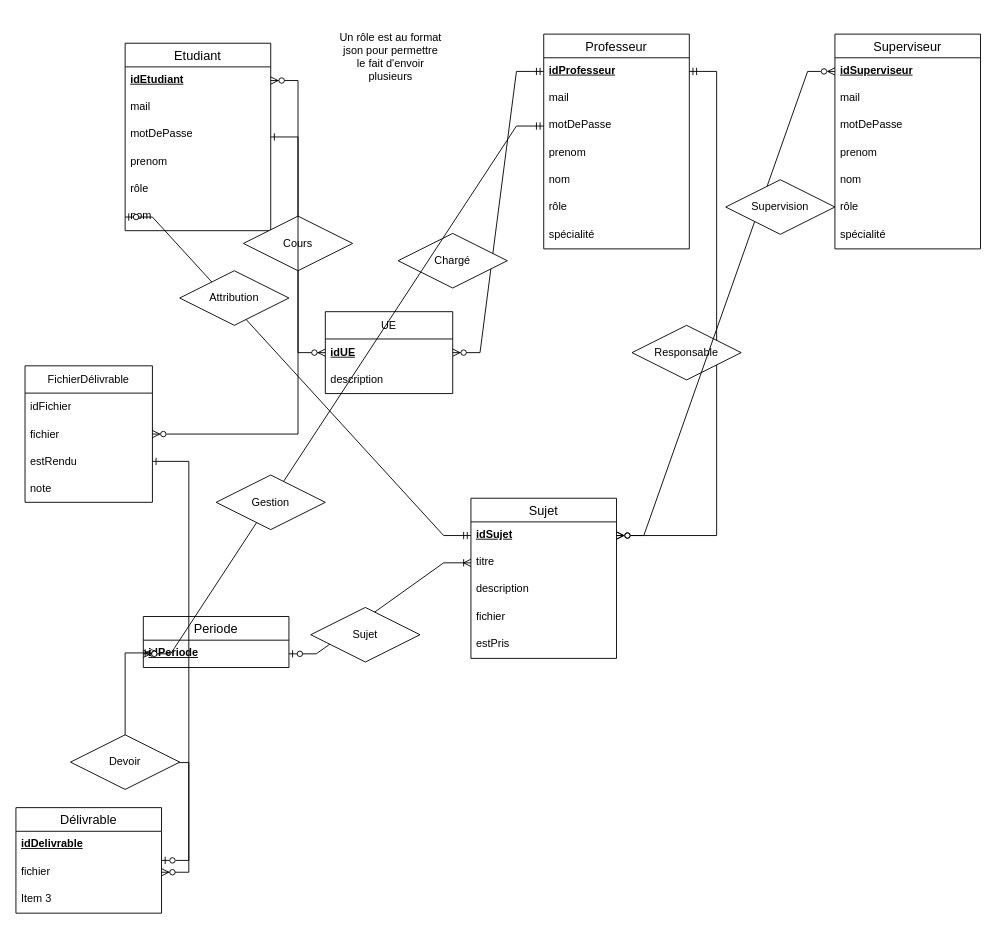
Eragon6080/ProjetLogiciel2024 keeps this draw.io diagram as page "Schéma entité-relation" (2 of 2) of Docs/diagrammes/entiteRelationBD.drawio. Above is the earlier version. Source tidied: cells renumbered, new cells numbered last; positions are measured from the earlier drawing's top-left corner, leaving out a move shared by most shapes. Both pictures are drawn from the tidied source at 91%, with x=0, y=0 at pixel (15, 15).
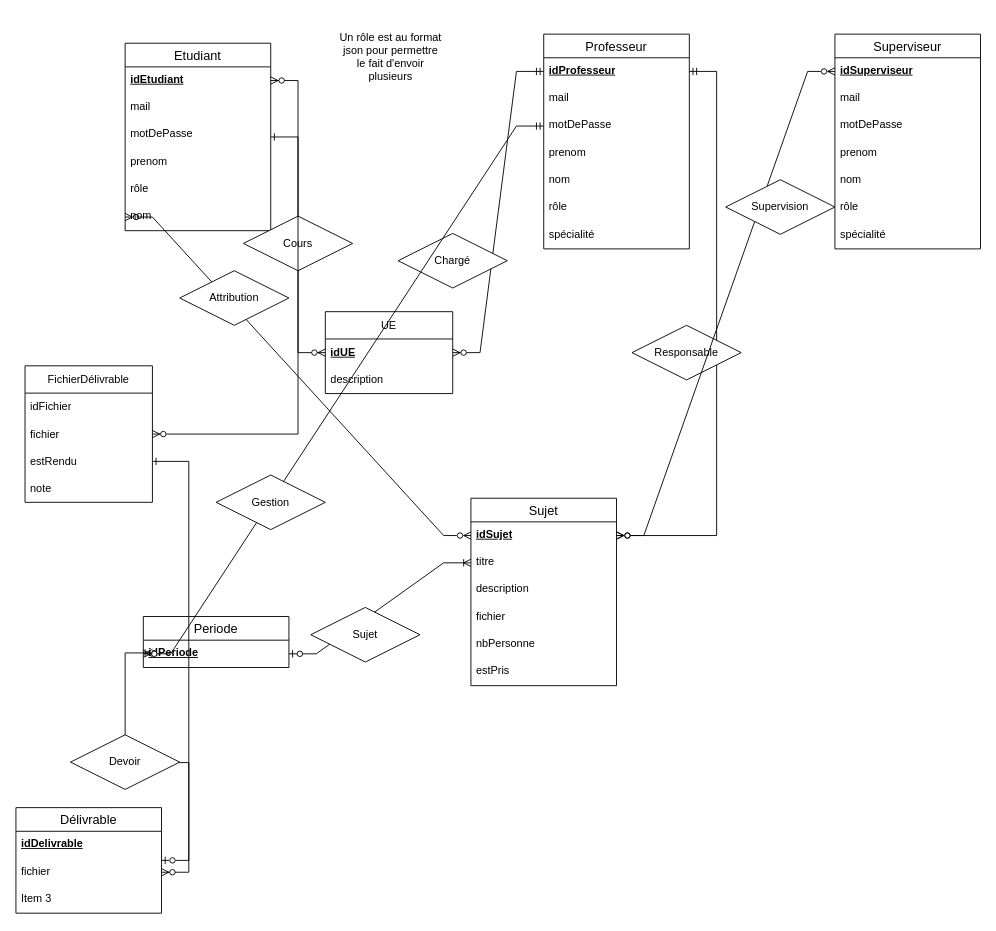
The same page after the edit.

Unchanged cells that the change refers to:
```xml
<mxCell id="8" value="nom" style="text;strokeColor=none;fillColor=none;spacingLeft=4;spacingRight=4;overflow=hidden;points=[[0,0.5],[1,0.5]];portConstraint=eastwest;fontSize=12;whiteSpace=wrap;html=1;" parent="2" vertex="1">
  <mxGeometry y="176" width="160" height="30" as="geometry" />
</mxCell>
<mxCell id="25" value="idSujet" style="text;strokeColor=none;fillColor=none;spacingLeft=4;spacingRight=4;overflow=hidden;points=[[0,0.5],[1,0.5]];portConstraint=eastwest;fontSize=12;whiteSpace=wrap;html=1;fontStyle=5;" parent="24" vertex="1">
  <mxGeometry y="26" width="160" height="30" as="geometry" />
</mxCell>
```

What changed in the source:
```diff
@@
     <mxCell id="24" value="Sujet" style="swimlane;fontStyle=0;horizontal=1;startSize=26;align=center;fontSize=14;" parent="1" vertex="1">
-      <mxGeometry x="500" y="530" width="160" height="176" as="geometry" />
+      <mxGeometry x="500" y="530" width="160" height="206" as="geometry" />
     </mxCell>
@@
+    <mxCell id="64" value="nbPersonne" style="text;strokeColor=none;fillColor=none;spacingLeft=4;spacingRight=4;overflow=hidden;fontSize=12;whiteSpace=wrap;html=1;" parent="24" vertex="1">
+      <mxGeometry y="146" width="160" height="30" as="geometry" />
+    </mxCell>
     <mxCell id="29" value="estPris" style="text;strokeColor=none;fillColor=none;spacingLeft=4;spacingRight=4;overflow=hidden;fontSize=12;whiteSpace=wrap;html=1;" parent="24" vertex="1">
-      <mxGeometry y="146" width="160" height="30" as="geometry" />
+      <mxGeometry y="176" width="160" height="30" as="geometry" />
     </mxCell>
@@
-    <mxCell id="32" style="edgeStyle=entityRelationEdgeStyle;fontSize=12;html=1;endArrow=ERzeroToOne;startArrow=ERmandOne;rounded=0;exitX=0;exitY=0.5;exitDx=0;exitDy=0;entryX=0;entryY=0.5;entryDx=0;entryDy=0;" parent="1" edge="1" source="25" target="8">
+    <mxCell id="32" style="edgeStyle=entityRelationEdgeStyle;fontSize=12;html=1;endArrow=ERzeroToMany;startArrow=ERzeroToMany;rounded=0;exitX=0;exitY=0.5;exitDx=0;exitDy=0;entryX=0;entryY=0.5;entryDx=0;entryDy=0;startFill=0;endFill=0;" parent="1" edge="1" source="25" target="8">
       <mxGeometry relative="1" as="geometry">
         <Array as="points">
           <mxPoint x="140" y="480" />
           <mxPoint x="160" y="470" />
           <mxPoint x="180" y="470" />
         </Array>
       </mxGeometry>
     </mxCell>
```
